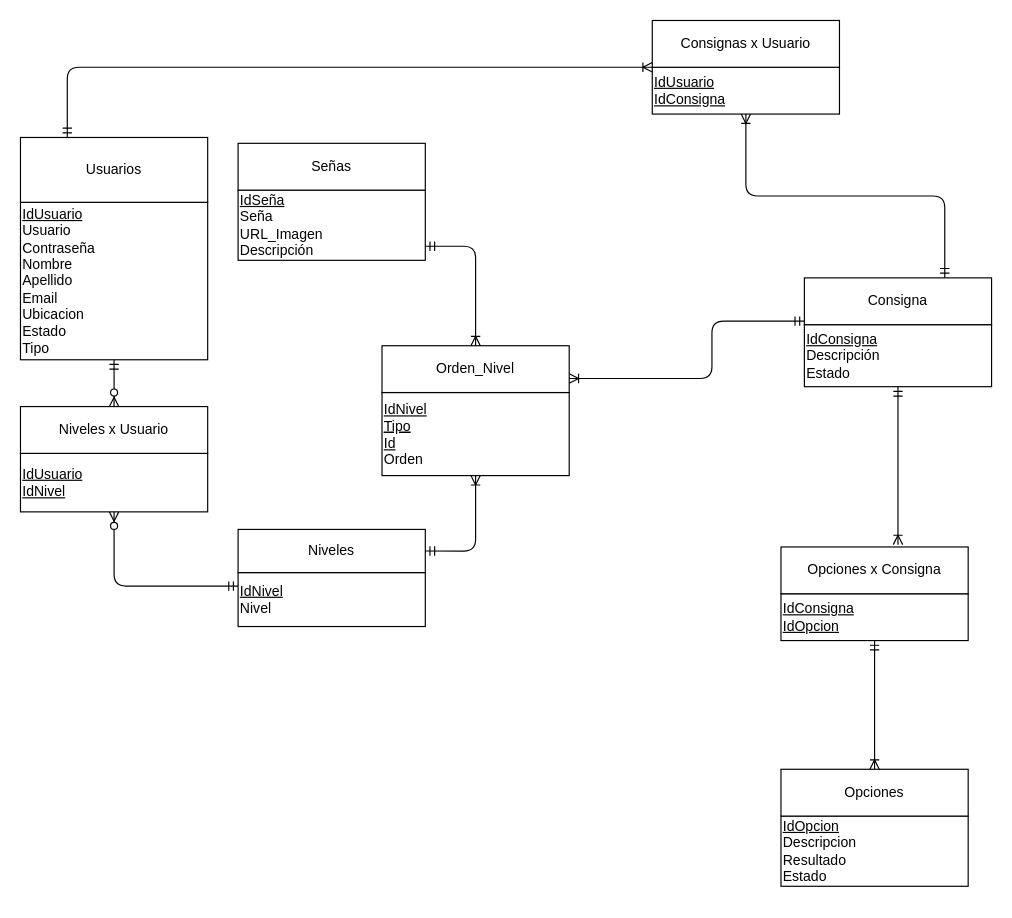
Above: Documentación/DER.drawio in AxelNegro/PA2_Grupo1 (draw.io), before the change. Source tidied: cells renumbered, new cells numbered last; positions are measured from the earlier drawing's top-left corner, leaving out a move shared by most shapes. Both pictures are drawn from the tidied source at 117%, with x=0, y=0 at pixel (20, 20).
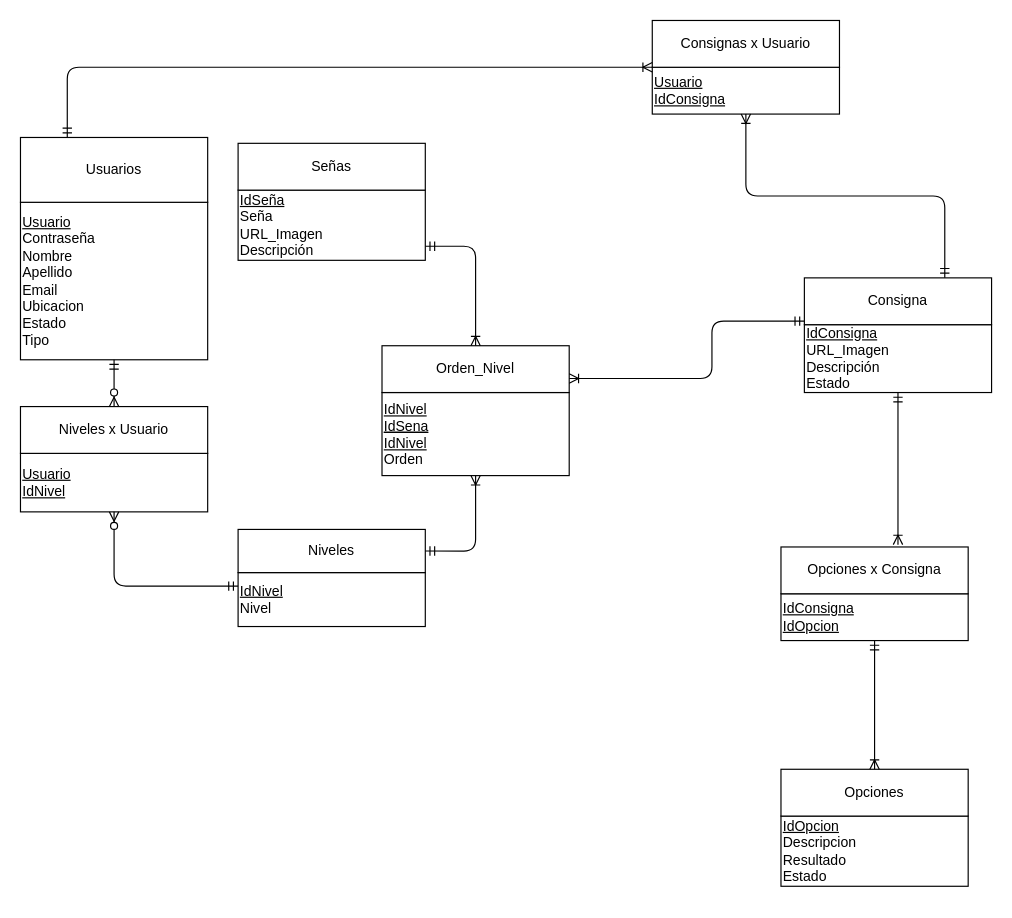
Above is the later version.

The change refers to these unchanged cells:
```xml
<mxCell id="2" style="group;" parent="1" vertex="1">
  <mxGeometry y="330" width="160" height="90" as="geometry" />
</mxCell>
<mxCell id="8" style="group;" parent="1" vertex="1">
  <mxGeometry x="670" y="220" width="160" height="110" as="geometry" />
</mxCell>
<mxCell id="17" style="group;" parent="1" vertex="1">
  <mxGeometry y="100" width="160" height="190" as="geometry" />
</mxCell>
<mxCell id="31" style="group;" parent="1" vertex="1">
  <mxGeometry x="309" y="278" width="160" height="111" as="geometry" />
</mxCell>
```

What changed in the source:
```diff
@@
-    <mxCell id="3" value="&lt;div&gt;&lt;u&gt;IdUsuario&lt;/u&gt;&lt;/div&gt;&lt;div&gt;&lt;u&gt;IdNivel&lt;/u&gt;&lt;br&gt;&lt;/div&gt;" style="rounded=0;whiteSpace=wrap;html=1;align=left;" parent="2" vertex="1">
+    <mxCell id="3" value="&lt;div&gt;&lt;u&gt;Usuario&lt;/u&gt;&lt;/div&gt;&lt;div&gt;&lt;u&gt;IdNivel&lt;/u&gt;&lt;br&gt;&lt;/div&gt;" style="rounded=0;whiteSpace=wrap;html=1;align=left;" parent="2" vertex="1">
       <mxGeometry y="40" width="160" height="50" as="geometry" />
     </mxCell>
@@
-    <mxCell id="9" value="&lt;div&gt;&lt;u&gt;IdConsigna&lt;/u&gt;&lt;/div&gt;&lt;div&gt;Descripción&lt;/div&gt;&lt;div&gt;Estado&lt;br&gt;&lt;u&gt;&lt;/u&gt;&lt;/div&gt;" style="rounded=0;whiteSpace=wrap;html=1;align=left;" parent="8" vertex="1">
-      <mxGeometry y="40" width="160" height="53" as="geometry" />
+    <mxCell id="9" value="&lt;div&gt;&lt;u&gt;IdConsigna&lt;/u&gt;&lt;/div&gt;&lt;div&gt;URL_Imagen&lt;u&gt;&lt;br&gt;&lt;/u&gt;&lt;/div&gt;&lt;div&gt;Descripción&lt;/div&gt;&lt;div&gt;Estado&lt;br&gt;&lt;u&gt;&lt;/u&gt;&lt;/div&gt;" style="rounded=0;whiteSpace=wrap;html=1;align=left;" parent="8" vertex="1">
+      <mxGeometry y="40" width="160" height="58" as="geometry" />
     </mxCell>
@@
-    <mxCell id="18" value="&lt;div&gt;&lt;u&gt;IdUsuario&lt;/u&gt;&lt;br&gt;&lt;/div&gt;&lt;div&gt;Usuario&lt;/div&gt;&lt;div&gt;Contraseña&lt;/div&gt;&lt;div&gt;Nombre&lt;/div&gt;&lt;div&gt;Apellido&lt;/div&gt;&lt;div&gt;Email&lt;/div&gt;&lt;div&gt;Ubicacion&lt;/div&gt;&lt;div&gt;Estado&lt;/div&gt;&lt;div&gt;Tipo&lt;br&gt;&lt;/div&gt;" style="rounded=0;whiteSpace=wrap;html=1;align=left;" parent="17" vertex="1">
+    <mxCell id="18" value="&lt;div&gt;&lt;u&gt;Usuario&lt;/u&gt;&lt;/div&gt;&lt;div&gt;Contraseña&lt;/div&gt;&lt;div&gt;Nombre&lt;/div&gt;&lt;div&gt;Apellido&lt;/div&gt;&lt;div&gt;Email&lt;/div&gt;&lt;div&gt;Ubicacion&lt;/div&gt;&lt;div&gt;Estado&lt;/div&gt;&lt;div&gt;Tipo&lt;br&gt;&lt;/div&gt;" style="rounded=0;whiteSpace=wrap;html=1;align=left;" parent="17" vertex="1">
       <mxGeometry y="55.4" width="160" height="134.6" as="geometry" />
     </mxCell>
@@
-    <mxCell id="23" value="&lt;div&gt;&lt;u&gt;IdUsuario&lt;/u&gt;&lt;/div&gt;&lt;div&gt;&lt;u&gt;IdConsigna&lt;/u&gt;&lt;/div&gt;" style="rounded=0;whiteSpace=wrap;html=1;align=left;" parent="1" vertex="1">
+    <mxCell id="23" value="&lt;div&gt;&lt;u&gt;Usuario&lt;/u&gt;&lt;/div&gt;&lt;div&gt;&lt;u&gt;IdConsigna&lt;/u&gt;&lt;/div&gt;" style="rounded=0;whiteSpace=wrap;html=1;align=left;" parent="1" vertex="1">
       <mxGeometry x="540" y="40" width="160" height="40" as="geometry" />
     </mxCell>
@@
-    <mxCell id="32" value="&lt;div&gt;&lt;u&gt;IdNivel&lt;/u&gt;&lt;br&gt;&lt;u&gt;&lt;u&gt;Tipo&lt;/u&gt;&lt;/u&gt;&lt;/div&gt;&lt;div&gt;&lt;u&gt;Id&lt;/u&gt;&lt;/div&gt;&lt;div&gt;Orden&lt;/div&gt;" style="rounded=0;whiteSpace=wrap;html=1;align=left;" parent="31" vertex="1">
+    <mxCell id="32" value="&lt;div&gt;&lt;u&gt;IdNivel&lt;/u&gt;&lt;br&gt;&lt;u&gt;&lt;u&gt;IdSena&lt;/u&gt;&lt;/u&gt;&lt;/div&gt;&lt;div&gt;&lt;u&gt;IdNivel&lt;/u&gt;&lt;/div&gt;&lt;div&gt;Orden&lt;/div&gt;" style="rounded=0;whiteSpace=wrap;html=1;align=left;" parent="31" vertex="1">
       <mxGeometry y="40" width="160" height="71" as="geometry" />
     </mxCell>
```
